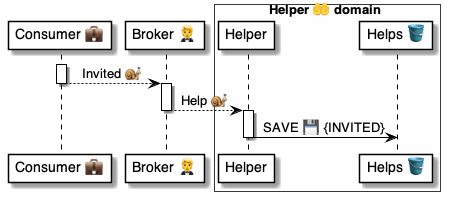
This is 4 ⚙️ Solution/45 🤲 Helper domains/$ Helpers 🤲/🤲📨 Helper msgs/🤵🐌🤲 Invited/🤲 Help ⚙️ uml.png from pollyweb-org/pollyweb-docs, a PlantUML export, as it was before one commit. Its source is kept beside it as 4 ⚙️ Solution/45 🤲 Helper domains/$ Helpers 🤲/🤲📨 Helper msgs/🤵🐌🤲 Invited/🤲 Help ⚙️ uml.puml.
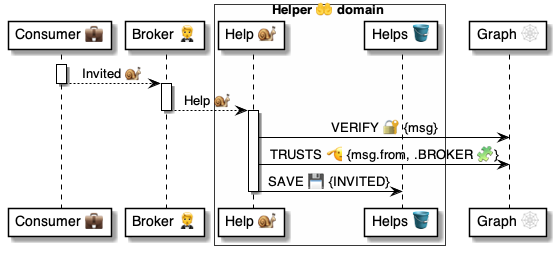
The same file after the commit.

The edit, as a diff of the source:
```diff
@@ -3,9 +3,10 @@
 participant "Consumer 💼" as consumer
 participant "Broker 🤵" as broker
 box Helper 🤲 domain #FFFFFA
-    participant "Helper" as script
+    participant "Help 🐌" as script
     participant "Helps 🪣" as table
 end box
+participant "Graph 🕸" as graph
 
 
 activate consumer
@@ -17,6 +18,8 @@
 deactivate broker
 
 activate script
+    script -> graph: VERIFY 🔐 {msg}
+    script -> graph: TRUSTS 🫡 {msg.from, .BROKER 🧩}
     script -> table: SAVE 💾 {INVITED}
 deactivate script
 
```
